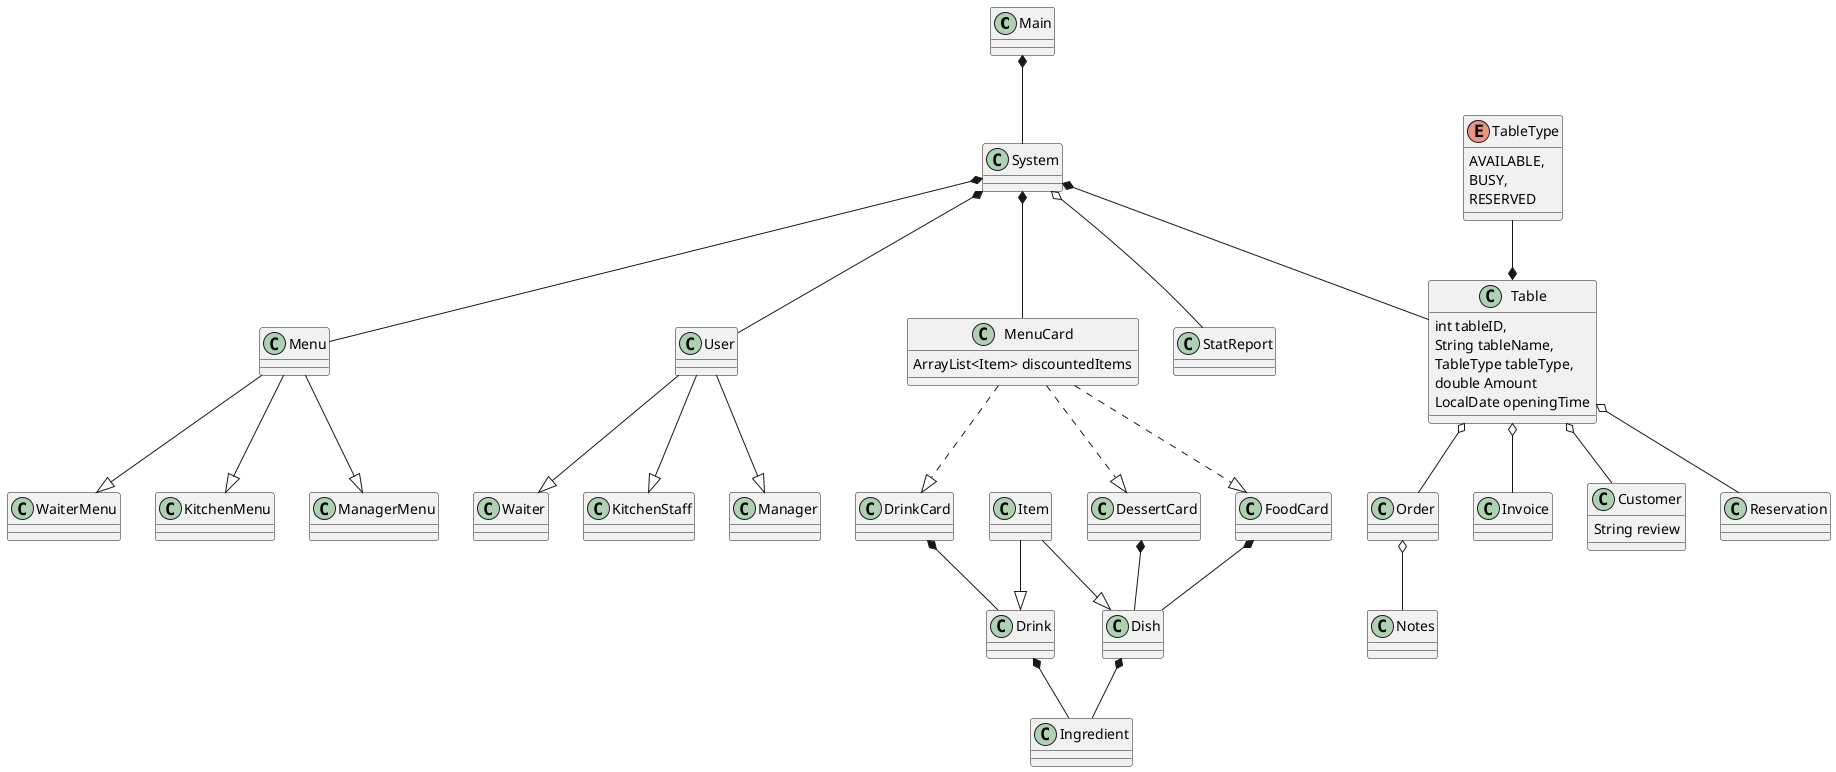
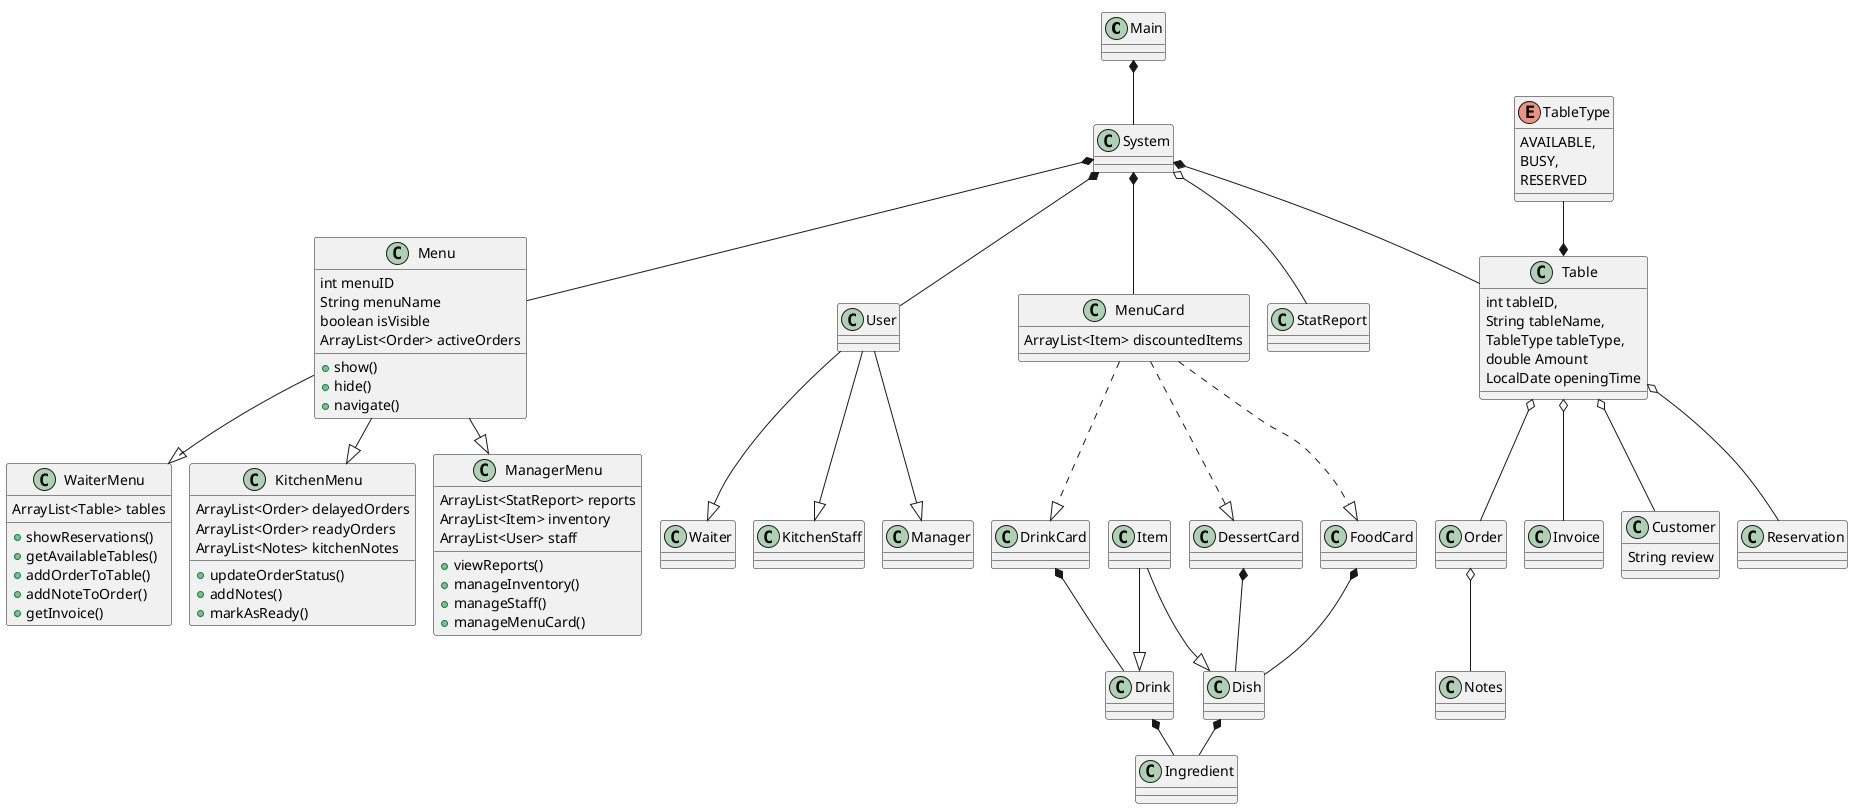
@startuml
- 'https://plantuml.com/class-diagram
+ !pragma layout smetana

' Del 1
class Main
class System
class User
class KitchenStaff
class Manager
class Waiter

' Del 2
- class Menu
- class KitchenMenu
- class ManagerMenu
- class WaiterMenu
+ class Menu{
+     int menuID
+     String menuName
+     boolean isVisible
+     ArrayList<Order> activeOrders
+     + show()
+     + hide()
+     + navigate()
+ }
+ 
+ class KitchenMenu{
+     ArrayList<Order> delayedOrders
+     ArrayList<Order> readyOrders
+     ArrayList<Notes> kitchenNotes
+     + updateOrderStatus()
+     + addNotes()
+     + markAsReady()
+ }
+ 
+ class ManagerMenu {
+     ArrayList<StatReport> reports
+     ArrayList<Item> inventory
+     ArrayList<User> staff
+     + viewReports()
+     + manageInventory()
+     + manageStaff()
+     + manageMenuCard()
+ }
+ class WaiterMenu {
+     ArrayList<Table> tables
+     + showReservations()
+     + getAvailableTables()
+     + addOrderToTable()
+     + addNoteToOrder()
+     + getInvoice()
+ 
+ }

' Del 3
class Table {
    int tableID,
    String tableName,
    TableType tableType,
    double Amount
    LocalDate openingTime
}
enum TableType {
    AVAILABLE,
    BUSY,
    RESERVED
}
class Customer {
    String review
}
class Reservation
class Order
class Notes
class Invoice

' Del 4
class MenuCard {
    ArrayList<Item> discountedItems
}
class FoodCard
class DessertCard
class Item
class Dish
class DrinkCard
class Drink
class Ingredient
class StatReport

Main *-- System
System *-- User
User --|> KitchenStaff
User --|> Manager
User --|> Waiter
System *-- Menu
Menu --|> KitchenMenu
Menu --|> ManagerMenu
Menu --|> WaiterMenu
System *-- MenuCard
System *-- Table
TableType --* Table
Table o-- Order
Order o-- Notes
Table o-- Customer
Table o-- Invoice
Table o-- Reservation
System o-- StatReport
MenuCard ..|> FoodCard
FoodCard *-- Dish
MenuCard ..|> DessertCard
DessertCard *-- Dish
MenuCard ..|> DrinkCard
DrinkCard *-- Drink
Item --|> Dish
Item --|> Drink
Dish *-- Ingredient
Drink *-- Ingredient

@enduml